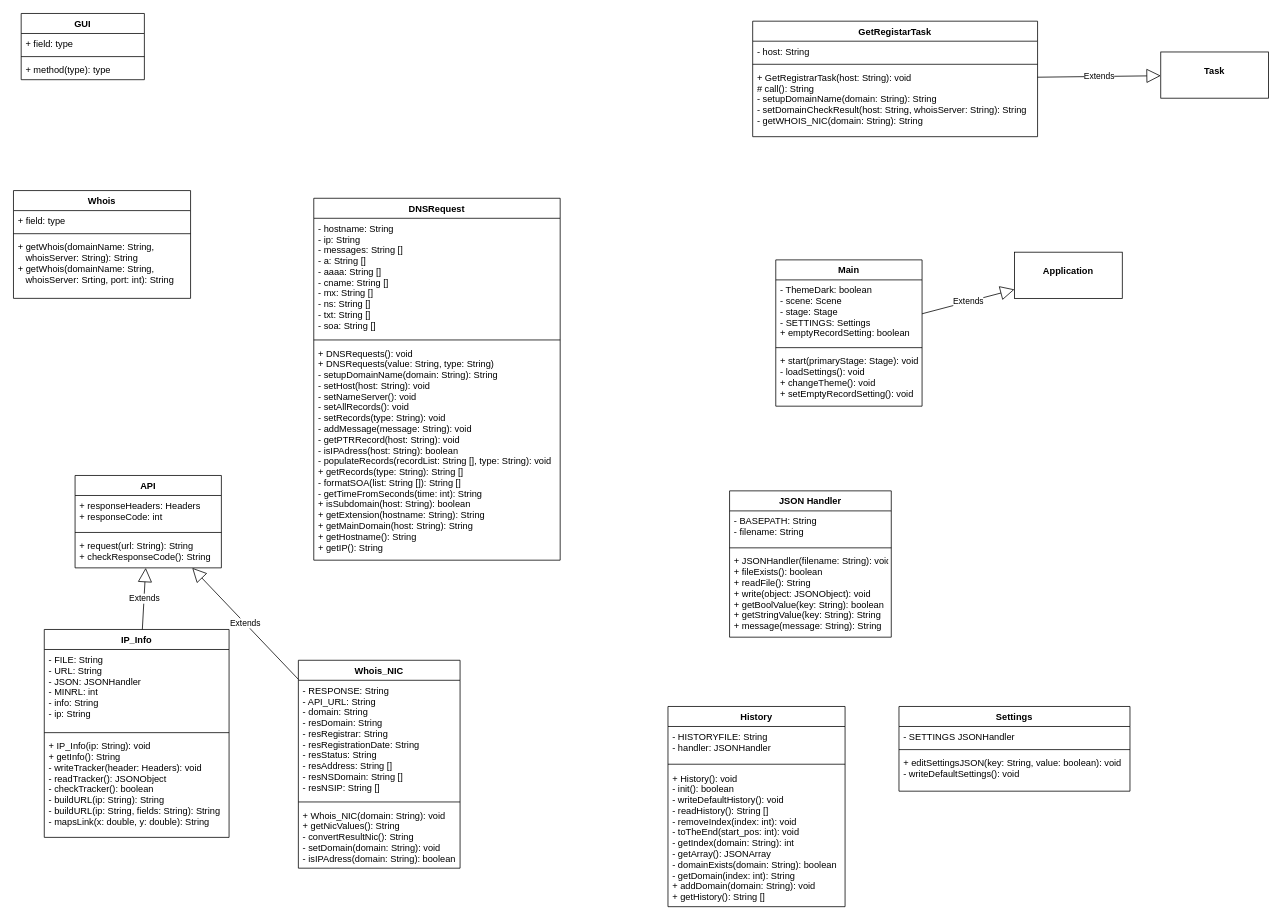
Above: Diagrams/DNS_Resolver.drawio in Luatan/DNSResolver (draw.io), before the change. Source tidied: cells renumbered, new cells numbered last; positions are measured from the earlier drawing's top-left corner, leaving out a move shared by most shapes. Both pictures are drawn from the tidied source at 77%, with x=0, y=0 at pixel (13, 13).
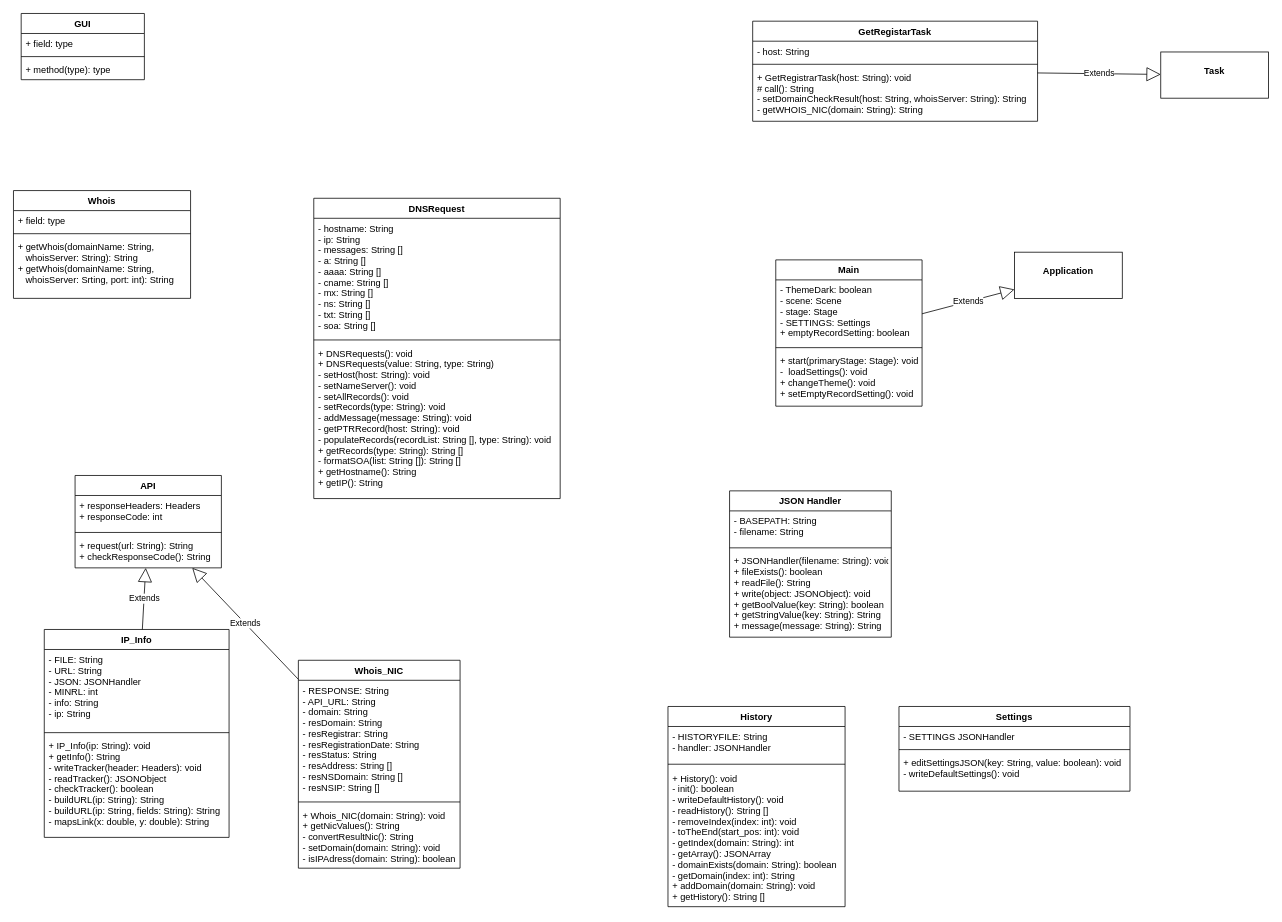
The same page after the edit.

Unchanged cells that the change refers to:
```xml
<mxCell id="36" value="Main" style="swimlane;fontStyle=1;align=center;verticalAlign=top;horizontal=1;startSize=26;" parent="1" vertex="1">
  <mxGeometry x="990" y="320" width="190" height="190" as="geometry" />
</mxCell>
```

Change to the diagram source:
```diff
@@
-    <mxCell id="39" value="+ start(primaryStage: Stage): void&#10;- loadSettings(): void&#10;+ changeTheme(): void&#10;+ setEmptyRecordSetting(): void" style="text;strokeColor=none;fillColor=none;align=left;verticalAlign=top;spacingLeft=4;spacingRight=4;overflow=hidden;" parent="36" vertex="1">
+    <mxCell id="39" value="+ start(primaryStage: Stage): void&#10;-  loadSettings(): void&#10;+ changeTheme(): void&#10;+ setEmptyRecordSetting(): void" style="text;strokeColor=none;fillColor=none;align=left;verticalAlign=top;spacingLeft=4;spacingRight=4;overflow=hidden;" parent="36" vertex="1">
       <mxGeometry y="118" width="190" height="72" as="geometry" />
     </mxCell>
     <mxCell id="40" value="GetRegistarTask" style="swimlane;fontStyle=1;align=center;verticalAlign=top;horizontal=1;startSize=26;" parent="1" vertex="1">
-      <mxGeometry x="960" y="10" width="370" height="150" as="geometry" />
+      <mxGeometry x="960" y="10" width="370" height="130" as="geometry" />
     </mxCell>
@@
-    <mxCell id="43" value="+ GetRegistrarTask(host: String): void&#10;# call(): String&#10;- setupDomainName(domain: String): String&#10;- setDomainCheckResult(host: String, whoisServer: String): String&#10;- getWHOIS_NIC(domain: String): String" style="text;strokeColor=none;fillColor=none;align=left;verticalAlign=top;spacingLeft=4;spacingRight=4;overflow=hidden;" parent="40" vertex="1">
-      <mxGeometry y="60" width="370" height="90" as="geometry" />
+    <mxCell id="43" value="+ GetRegistrarTask(host: String): void&#10;# call(): String&#10;- setDomainCheckResult(host: String, whoisServer: String): String&#10;- getWHOIS_NIC(domain: String): String" style="text;strokeColor=none;fillColor=none;align=left;verticalAlign=top;spacingLeft=4;spacingRight=4;overflow=hidden;" parent="40" vertex="1">
+      <mxGeometry y="60" width="370" height="70" as="geometry" />
     </mxCell>
     <mxCell id="44" value="DNSRequest" style="swimlane;fontStyle=1;align=center;verticalAlign=top;horizontal=1;startSize=26;" parent="1" vertex="1">
-      <mxGeometry x="390" y="240" width="320" height="470" as="geometry" />
+      <mxGeometry x="390" y="240" width="320" height="390" as="geometry" />
     </mxCell>
@@
-    <mxCell id="47" value="+ DNSRequests(): void&#10;+ DNSRequests(value: String, type: String)&#10;- setupDomainName(domain: String): String&#10;- setHost(host: String): void&#10;- setNameServer(): void&#10;- setAllRecords(): void&#10;- setRecords(type: String): void&#10;- addMessage(message: String): void&#10;- getPTRRecord(host: String): void&#10;- isIPAdress(host: String): boolean&#10;- populateRecords(recordList: String [], type: String): void&#10;+ getRecords(type: String): String []&#10;- formatSOA(list: String []): String []&#10;- getTimeFromSeconds(time: int): String&#10;+ isSubdomain(host: String): boolean&#10;+ getExtension(hostname: String): String&#10;+ getMainDomain(host: String): String&#10;+ getHostname(): String&#10;+ getIP(): String" style="text;strokeColor=none;fillColor=none;align=left;verticalAlign=top;spacingLeft=4;spacingRight=4;overflow=hidden;" parent="44" vertex="1">
-      <mxGeometry y="188" width="320" height="282" as="geometry" />
+    <mxCell id="47" value="+ DNSRequests(): void&#10;+ DNSRequests(value: String, type: String)&#10;- setHost(host: String): void&#10;- setNameServer(): void&#10;- setAllRecords(): void&#10;- setRecords(type: String): void&#10;- addMessage(message: String): void&#10;- getPTRRecord(host: String): void&#10;- populateRecords(recordList: String [], type: String): void&#10;+ getRecords(type: String): String []&#10;- formatSOA(list: String []): String []&#10;+ getHostname(): String&#10;+ getIP(): String" style="text;strokeColor=none;fillColor=none;align=left;verticalAlign=top;spacingLeft=4;spacingRight=4;overflow=hidden;" parent="44" vertex="1">
+      <mxGeometry y="188" width="320" height="202" as="geometry" />
     </mxCell>
```
